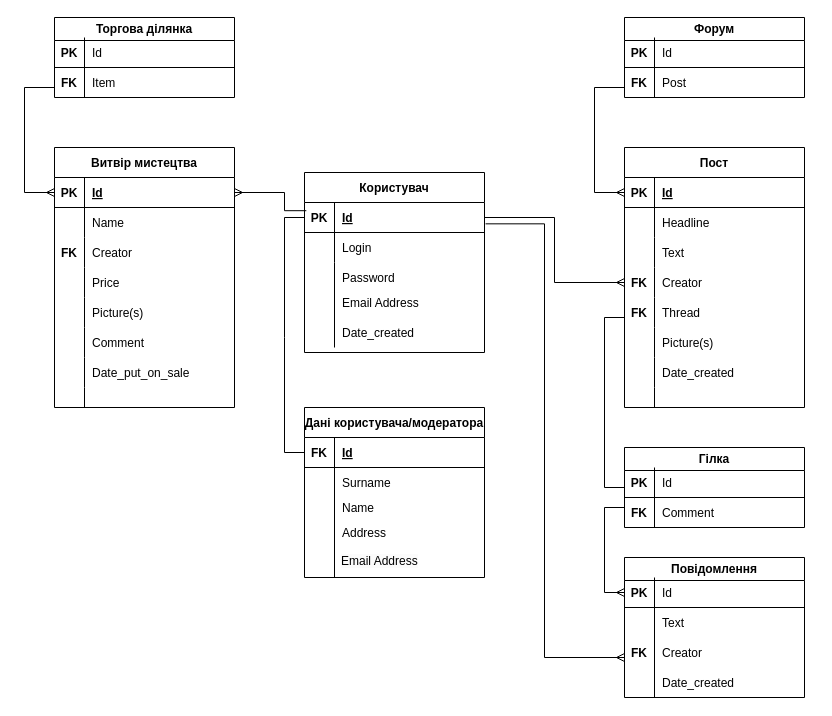
This is page "Варіант (а)" (1 of 3) of 2-SoftwareDesign/2.3-DataModel/RelDB.drawio from oleksandrblazhko/ai-212-yaroshuk, a draw.io file, before an edit. Source tidied: cells renumbered, new cells numbered last; positions are measured from the earlier drawing's top-left corner, leaving out a move shared by most shapes. Both pictures are drawn from the tidied source at 100%, with x=0, y=0 at pixel (24, 17).
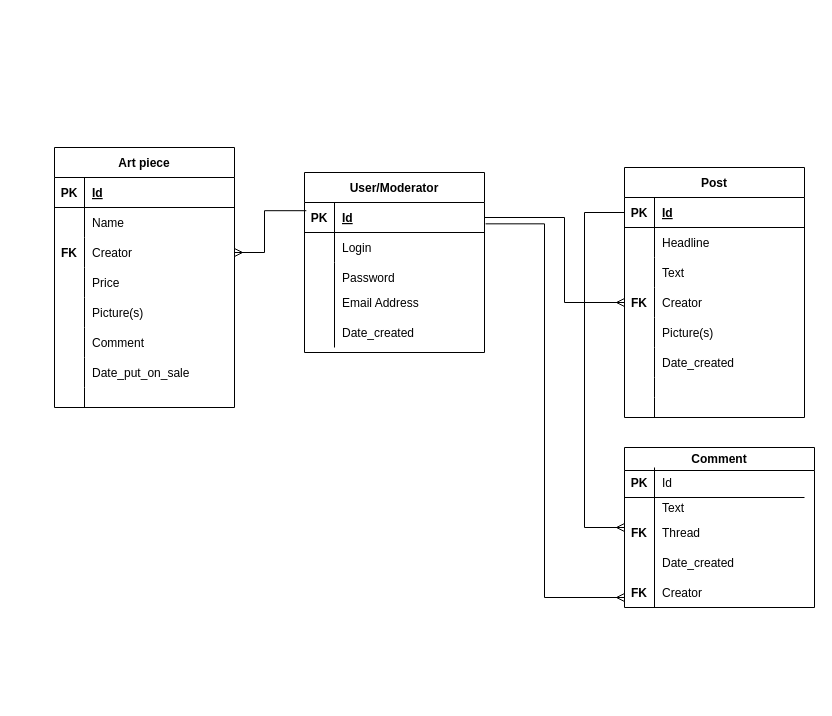
Above is the later version.

The change refers to these unchanged cells:
```xml
<mxCell id="3" style="shape=partialRectangle;fillColor=none;top=0;left=0;bottom=1;right=0;points=[[0,0.5],[1,0.5]];portConstraint=eastwest;" parent="2" vertex="1">
  <mxGeometry y="30" width="180" height="30" as="geometry" />
</mxCell>
<mxCell id="20" style="shape=partialRectangle;fillColor=none;top=0;left=0;bottom=1;right=0;points=[[0,0.5],[1,0.5]];portConstraint=eastwest;" parent="19" vertex="1">
  <mxGeometry y="30" width="180" height="30" as="geometry" />
</mxCell>
<mxCell id="29" style="shape=partialRectangle;fillColor=none;top=0;left=0;bottom=0;right=0;points=[[0,0.5],[1,0.5]];portConstraint=eastwest;" parent="19" vertex="1">
  <mxGeometry y="120" width="180" height="30" as="geometry" />
</mxCell>
<mxCell id="32" style="shape=partialRectangle;fillColor=none;top=0;left=0;bottom=0;right=0;" parent="19" vertex="1">
  <mxGeometry y="150" width="180" height="30" as="geometry" />
</mxCell>
<mxCell id="35" style="shape=partialRectangle;fillColor=none;top=0;left=0;bottom=0;right=0;" parent="19" vertex="1">
  <mxGeometry y="180" width="180" height="30" as="geometry" />
</mxCell>
<mxCell id="82" style="shape=partialRectangle;fillColor=none;top=0;left=0;bottom=1;right=0;points=[[0,0.5],[1,0.5]];portConstraint=eastwest;" parent="81" vertex="1">
  <mxGeometry y="30" width="180" height="30" as="geometry" />
</mxCell>
<mxCell id="88" style="shape=partialRectangle;fillColor=none;top=0;left=0;bottom=0;right=0;points=[[0,0.5],[1,0.5]];portConstraint=eastwest;" parent="81" vertex="1">
  <mxGeometry y="90" width="180" height="30" as="geometry" />
</mxCell>
```

Diff of the diagram source:
```diff
@@
-    <mxCell id="2" value="Користувач" style="shape=table;startSize=30;childLayout=tableLayout;rowLines=0;fontStyle=1;align=center;" parent="1" vertex="1">
+    <mxCell id="2" value="User/Moderator" style="shape=table;startSize=30;childLayout=tableLayout;rowLines=0;fontStyle=1;align=center;" parent="1" vertex="1">
       <mxGeometry x="280" y="155" width="180" height="180" as="geometry" />
     </mxCell>
@@
-    <mxCell id="12" value="Дані користувача/модератора" style="shape=table;startSize=30;childLayout=tableLayout;rowLines=0;fontStyle=1;align=center;" parent="1" vertex="1">
-      <mxGeometry x="280" y="390" width="180" height="170" as="geometry" />
-    </mxCell>
-    <mxCell id="13" style="shape=partialRectangle;fillColor=none;top=0;left=0;bottom=1;right=0;points=[[0,0.5],[1,0.5]];portConstraint=eastwest;" parent="12" vertex="1">
-      <mxGeometry y="30" width="180" height="30" as="geometry" />
-    </mxCell>
-    <mxCell id="14" value="FK" style="shape=partialRectangle;fillColor=none;top=0;left=0;bottom=0;right=0;fontStyle=1;overflow=hidden;" parent="13" vertex="1">
-      <mxGeometry width="30" height="30" as="geometry" />
-    </mxCell>
-    <mxCell id="15" value="Id" style="shape=partialRectangle;fillColor=none;top=0;left=0;bottom=0;right=0;align=left;spacingLeft=6;fontStyle=5;overflow=hidden;" parent="13" vertex="1">
-      <mxGeometry x="30" width="150" height="30" as="geometry" />
-    </mxCell>
-    <mxCell id="16" style="shape=partialRectangle;fillColor=none;top=0;left=0;bottom=0;right=0;" parent="12" vertex="1">
-      <mxGeometry y="60" width="180" height="80" as="geometry" />
-    </mxCell>
-    <mxCell id="17" style="shape=partialRectangle;fillColor=none;top=0;left=0;bottom=0;right=0;overflow=hidden;" parent="16" vertex="1">
-      <mxGeometry width="30" height="80" as="geometry" />
-    </mxCell>
-    <mxCell id="18" value="Name" style="shape=partialRectangle;fillColor=none;top=0;left=0;bottom=0;right=0;align=left;spacingLeft=6;overflow=hidden;" parent="16" vertex="1">
-      <mxGeometry x="30" width="150" height="80" as="geometry" />
-    </mxCell>
-    <mxCell id="19" value="Пост" style="shape=table;startSize=30;childLayout=tableLayout;rowLines=0;fontStyle=1;align=center;" parent="1" vertex="1">
-      <mxGeometry x="600" y="130" width="180" height="260" as="geometry" />
+    <mxCell id="19" value="Post" style="shape=table;startSize=30;childLayout=tableLayout;rowLines=0;fontStyle=1;align=center;" parent="1" vertex="1">
+      <mxGeometry x="600" y="150" width="180" height="250" as="geometry" />
     </mxCell>
@@
-    <mxCell id="34" value="Thread" style="shape=partialRectangle;fillColor=none;top=0;left=0;bottom=0;right=0;align=left;spacingLeft=6;overflow=hidden;" parent="32" vertex="1">
+    <mxCell id="34" value="Picture(s)" style="shape=partialRectangle;fillColor=none;top=0;left=0;bottom=0;right=0;align=left;spacingLeft=6;overflow=hidden;" parent="32" vertex="1">
       <mxGeometry x="30" width="150" height="30" as="geometry" />
     </mxCell>
@@
-    <mxCell id="37" value="Picture(s)" style="shape=partialRectangle;fillColor=none;top=0;left=0;bottom=0;right=0;align=left;spacingLeft=6;overflow=hidden;" parent="35" vertex="1">
+    <mxCell id="37" value="Date_created" style="shape=partialRectangle;fillColor=none;top=0;left=0;bottom=0;right=0;align=left;spacingLeft=6;overflow=hidden;" parent="35" vertex="1">
       <mxGeometry x="30" width="150" height="30" as="geometry" />
     </mxCell>
     <mxCell id="38" style="shape=partialRectangle;fillColor=none;top=0;left=0;bottom=0;right=0;" parent="19" vertex="1">
-      <mxGeometry y="210" width="180" height="30" as="geometry" />
+      <mxGeometry y="210" width="180" height="20" as="geometry" />
     </mxCell>
     <mxCell id="39" style="shape=partialRectangle;fillColor=none;top=0;left=0;bottom=0;right=0;overflow=hidden;fontStyle=1;" parent="38" vertex="1">
-      <mxGeometry width="30" height="30" as="geometry" />
+      <mxGeometry width="30" height="20" as="geometry" />
     </mxCell>
-    <mxCell id="40" value="Date_created" style="shape=partialRectangle;fillColor=none;top=0;left=0;bottom=0;right=0;align=left;spacingLeft=6;overflow=hidden;" parent="38" vertex="1">
-      <mxGeometry x="30" width="150" height="30" as="geometry" />
+    <mxCell id="40" style="shape=partialRectangle;fillColor=none;top=0;left=0;bottom=0;right=0;align=left;spacingLeft=6;overflow=hidden;" parent="38" vertex="1">
+      <mxGeometry x="30" width="150" height="20" as="geometry" />
     </mxCell>
     <mxCell id="41" style="shape=partialRectangle;fillColor=none;top=0;left=0;bottom=0;right=0;" parent="19" vertex="1">
-      <mxGeometry y="240" width="180" height="20" as="geometry" />
+      <mxGeometry y="230" width="180" height="20" as="geometry" />
     </mxCell>
@@
     <mxCell id="44" style="edgeStyle=elbowEdgeStyle;fontSize=12;html=1;endArrow=ERmany;rounded=0;exitX=1;exitY=0.5;exitDx=0;exitDy=0;" parent="1" edge="1" source="3" target="29">
-      <mxGeometry relative="1" as="geometry" />
+      <mxGeometry relative="1" as="geometry">
+        <Array as="points">
+          <mxPoint x="540" y="240" />
+        </Array>
+      </mxGeometry>
     </mxCell>
-    <mxCell id="45" value="Surname" style="shape=partialRectangle;fillColor=none;top=0;left=0;bottom=0;right=0;align=left;spacingLeft=6;overflow=hidden;" parent="1" vertex="1">
-      <mxGeometry x="310" y="450" width="150" height="30" as="geometry" />
-    </mxCell>
-    <mxCell id="46" value="Address" style="shape=partialRectangle;fillColor=none;top=0;left=0;bottom=0;right=0;align=left;spacingLeft=6;overflow=hidden;" parent="1" vertex="1">
-      <mxGeometry x="310" y="500" width="150" height="30" as="geometry" />
-    </mxCell>
-    <mxCell id="47" value="&lt;span style=&quot;color: rgb(0, 0, 0); font-family: Helvetica; font-size: 12px; font-style: normal; font-variant-ligatures: normal; font-variant-caps: normal; font-weight: 400; letter-spacing: normal; orphans: 2; text-align: left; text-indent: 0px; text-transform: none; widows: 2; word-spacing: 0px; -webkit-text-stroke-width: 0px; background-color: rgb(251, 251, 251); text-decoration-thickness: initial; text-decoration-style: initial; text-decoration-color: initial; float: none; display: inline !important;&quot;&gt;Email Address&lt;/span&gt;" style="text;whiteSpace=wrap;html=1;" parent="1" vertex="1">
-      <mxGeometry x="315" y="530" width="110" height="40" as="geometry" />
-    </mxCell>
@@
-    <mxCell id="51" style="endArrow=none;html=1;rounded=0;" parent="1" edge="1">
-      <mxGeometry relative="1" as="geometry">
-        <mxPoint x="310" y="560" as="sourcePoint" />
-        <mxPoint x="310" y="480" as="targetPoint" />
-      </mxGeometry>
-    </mxCell>
-    <mxCell id="52" value="FK" style="shape=partialRectangle;fillColor=none;top=0;left=0;bottom=0;right=0;overflow=hidden;fontStyle=1;" parent="1" vertex="1">
-      <mxGeometry x="600" y="280" width="30" height="30" as="geometry" />
-    </mxCell>
-    <mxCell id="53" value="Форум" style="swimlane;whiteSpace=wrap;html=1;" parent="1" vertex="1">
-      <mxGeometry x="600" width="180" height="80" as="geometry" />
-    </mxCell>
-    <mxCell id="54" value="Id" style="shape=partialRectangle;fillColor=none;top=0;left=0;bottom=0;right=0;align=left;spacingLeft=6;overflow=hidden;" parent="53" vertex="1">
-      <mxGeometry x="30" y="20" width="150" height="30" as="geometry" />
-    </mxCell>
-    <mxCell id="55" style="endArrow=none;html=1;rounded=0;" parent="53" edge="1">
-      <mxGeometry relative="1" as="geometry">
-        <mxPoint x="30" y="80" as="sourcePoint" />
-        <mxPoint x="30" y="20" as="targetPoint" />
-      </mxGeometry>
-    </mxCell>
-    <mxCell id="56" value="Post" style="shape=partialRectangle;fillColor=none;top=0;left=0;bottom=0;right=0;align=left;spacingLeft=6;overflow=hidden;" parent="53" vertex="1">
-      <mxGeometry x="30" y="50" width="150" height="30" as="geometry" />
-    </mxCell>
-    <mxCell id="57" value="PK" style="shape=partialRectangle;fillColor=none;top=0;left=0;bottom=0;right=0;fontStyle=1;overflow=hidden;" parent="53" vertex="1">
-      <mxGeometry y="20" width="30" height="30" as="geometry" />
-    </mxCell>
-    <mxCell id="58" value="FK" style="shape=partialRectangle;fillColor=none;top=0;left=0;bottom=0;right=0;overflow=hidden;fontStyle=1;" parent="53" vertex="1">
-      <mxGeometry y="50" width="30" height="30" as="geometry" />
-    </mxCell>
-    <mxCell id="59" style="endArrow=none;html=1;rounded=0;" parent="1" edge="1">
-      <mxGeometry relative="1" as="geometry">
-        <mxPoint x="600" y="50" as="sourcePoint" />
-        <mxPoint x="780" y="50" as="targetPoint" />
-      </mxGeometry>
-    </mxCell>
-    <mxCell id="60" style="edgeStyle=elbowEdgeStyle;fontSize=12;html=1;endArrow=ERmany;rounded=0;entryX=0;entryY=0.5;entryDx=0;entryDy=0;" parent="1" edge="1" target="20">
-      <mxGeometry relative="1" as="geometry">
-        <mxPoint x="600" y="70" as="sourcePoint" />
-        <Array as="points">
-          <mxPoint x="570" y="120" />
-        </Array>
-      </mxGeometry>
-    </mxCell>
-    <mxCell id="61" value="Гілка" style="swimlane;whiteSpace=wrap;html=1;" parent="1" vertex="1">
-      <mxGeometry x="600" y="430" width="180" height="80" as="geometry" />
-    </mxCell>
-    <mxCell id="62" value="Id" style="shape=partialRectangle;fillColor=none;top=0;left=0;bottom=0;right=0;align=left;spacingLeft=6;overflow=hidden;" parent="61" vertex="1">
-      <mxGeometry x="30" y="20" width="150" height="30" as="geometry" />
-    </mxCell>
-    <mxCell id="63" style="endArrow=none;html=1;rounded=0;" parent="61" edge="1">
-      <mxGeometry relative="1" as="geometry">
-        <mxPoint x="30" y="80" as="sourcePoint" />
-        <mxPoint x="30" y="20" as="targetPoint" />
-      </mxGeometry>
-    </mxCell>
-    <mxCell id="64" value="Comment" style="shape=partialRectangle;fillColor=none;top=0;left=0;bottom=0;right=0;align=left;spacingLeft=6;overflow=hidden;" parent="61" vertex="1">
-      <mxGeometry x="30" y="50" width="150" height="30" as="geometry" />
-    </mxCell>
-    <mxCell id="65" value="PK" style="shape=partialRectangle;fillColor=none;top=0;left=0;bottom=0;right=0;fontStyle=1;overflow=hidden;" parent="61" vertex="1">
-      <mxGeometry y="20" width="30" height="30" as="geometry" />
-    </mxCell>
-    <mxCell id="66" value="FK" style="shape=partialRectangle;fillColor=none;top=0;left=0;bottom=0;right=0;overflow=hidden;fontStyle=1;" parent="61" vertex="1">
-      <mxGeometry y="50" width="30" height="30" as="geometry" />
-    </mxCell>
-    <mxCell id="67" style="endArrow=none;html=1;rounded=0;" parent="1" edge="1">
-      <mxGeometry relative="1" as="geometry">
-        <mxPoint x="600" y="480" as="sourcePoint" />
-        <mxPoint x="780" y="480" as="targetPoint" />
-      </mxGeometry>
-    </mxCell>
-    <mxCell id="68" style="endArrow=none;html=1;rounded=0;exitX=0;exitY=0.5;exitDx=0;exitDy=0;entryX=0;entryY=0.5;entryDx=0;entryDy=0;" parent="1" edge="1" source="13" target="3">
-      <mxGeometry relative="1" as="geometry">
-        <Array as="points">
-          <mxPoint x="260" y="435" />
-          <mxPoint x="260" y="320" />
-          <mxPoint x="260" y="200" />
-        </Array>
-      </mxGeometry>
-    </mxCell>
-    <mxCell id="69" style="endArrow=none;html=1;rounded=0;exitX=0;exitY=0.5;exitDx=0;exitDy=0;" parent="1" edge="1" source="61">
-      <mxGeometry relative="1" as="geometry">
-        <mxPoint x="600" y="300" as="targetPoint" />
-        <Array as="points">
-          <mxPoint x="580" y="470" />
-          <mxPoint x="580" y="300" />
-        </Array>
-      </mxGeometry>
-    </mxCell>
-    <mxCell id="70" value="Повідомлення" style="swimlane;whiteSpace=wrap;html=1;" parent="1" vertex="1">
-      <mxGeometry x="600" y="540" width="180" height="140" as="geometry" />
+    <mxCell id="70" value="Comment" style="swimlane;whiteSpace=wrap;html=1;" parent="1" vertex="1">
+      <mxGeometry x="600" y="430" width="190" height="160" as="geometry" />
     </mxCell>
@@
     <mxCell id="72" style="endArrow=none;html=1;rounded=0;" parent="70" edge="1">
       <mxGeometry relative="1" as="geometry">
-        <mxPoint x="30" y="140" as="sourcePoint" />
+        <mxPoint x="30" y="160" as="sourcePoint" />
         <mxPoint x="30" y="20" as="targetPoint" />
       </mxGeometry>
     </mxCell>
     <mxCell id="73" value="Text" style="shape=partialRectangle;fillColor=none;top=0;left=0;bottom=0;right=0;align=left;spacingLeft=6;overflow=hidden;" parent="70" vertex="1">
-      <mxGeometry x="30" y="50" width="150" height="30" as="geometry" />
+      <mxGeometry x="30" y="50" width="150" height="20" as="geometry" />
     </mxCell>
@@
     <mxCell id="75" value="FK" style="shape=partialRectangle;fillColor=none;top=0;left=0;bottom=0;right=0;overflow=hidden;fontStyle=1;" parent="70" vertex="1">
-      <mxGeometry y="80" width="30" height="30" as="geometry" />
+      <mxGeometry y="70" width="30" height="30" as="geometry" />
     </mxCell>
+    <mxCell id="78" value="Date_created" style="shape=partialRectangle;fillColor=none;top=0;left=0;bottom=0;right=0;align=left;spacingLeft=6;overflow=hidden;" parent="70" vertex="1">
+      <mxGeometry x="30" y="100" width="150" height="30" as="geometry" />
+    </mxCell>
+    <mxCell id="116" value="FK" style="shape=partialRectangle;fillColor=none;top=0;left=0;bottom=0;right=0;overflow=hidden;fontStyle=1;" parent="70" vertex="1">
+      <mxGeometry y="130" width="30" height="30" as="geometry" />
+    </mxCell>
+    <mxCell id="117" value="Thread" style="shape=partialRectangle;fillColor=none;top=0;left=0;bottom=0;right=0;align=left;spacingLeft=6;overflow=hidden;" parent="70" vertex="1">
+      <mxGeometry x="30" y="70" width="150" height="30" as="geometry" />
+    </mxCell>
+    <mxCell id="77" value="Creator" style="shape=partialRectangle;fillColor=none;top=0;left=0;bottom=0;right=0;align=left;spacingLeft=6;overflow=hidden;" parent="70" vertex="1">
+      <mxGeometry x="30" y="130" width="150" height="30" as="geometry" />
+    </mxCell>
     <mxCell id="76" style="endArrow=none;html=1;rounded=0;" parent="1" edge="1">
       <mxGeometry relative="1" as="geometry">
-        <mxPoint x="600" y="590" as="sourcePoint" />
-        <mxPoint x="780" y="590" as="targetPoint" />
+        <mxPoint x="600" y="480" as="sourcePoint" />
+        <mxPoint x="780" y="480" as="targetPoint" />
       </mxGeometry>
     </mxCell>
-    <mxCell id="77" value="Creator" style="shape=partialRectangle;fillColor=none;top=0;left=0;bottom=0;right=0;align=left;spacingLeft=6;overflow=hidden;" parent="1" vertex="1">
-      <mxGeometry x="630" y="620" width="150" height="30" as="geometry" />
-    </mxCell>
-    <mxCell id="78" value="Date_created" style="shape=partialRectangle;fillColor=none;top=0;left=0;bottom=0;right=0;align=left;spacingLeft=6;overflow=hidden;" parent="1" vertex="1">
-      <mxGeometry x="630" y="650" width="150" height="30" as="geometry" />
-    </mxCell>
-    <mxCell id="79" style="edgeStyle=elbowEdgeStyle;fontSize=12;html=1;endArrow=ERmany;rounded=0;exitX=0;exitY=0.75;exitDx=0;exitDy=0;entryX=0;entryY=0.25;entryDx=0;entryDy=0;" parent="1" edge="1" source="61" target="70">
+    <mxCell id="79" style="edgeStyle=elbowEdgeStyle;fontSize=12;html=1;endArrow=ERmany;rounded=0;exitX=0;exitY=0.5;exitDx=0;exitDy=0;entryX=0;entryY=0.5;entryDx=0;entryDy=0;" parent="1" edge="1" source="20" target="70">
       <mxGeometry relative="1" as="geometry">
         <Array as="points">
-          <mxPoint x="580" y="540" />
+          <mxPoint x="560" y="350" />
         </Array>
       </mxGeometry>
     </mxCell>
     <mxCell id="80" style="edgeStyle=elbowEdgeStyle;fontSize=12;html=1;endArrow=ERmany;rounded=0;exitX=1.006;exitY=0.711;exitDx=0;exitDy=0;exitPerimeter=0;" parent="1" edge="1" source="3">
       <mxGeometry relative="1" as="geometry">
-        <mxPoint x="600" y="640" as="targetPoint" />
+        <mxPoint x="600" y="580" as="targetPoint" />
         <Array as="points">
           <mxPoint x="520" y="430" />
         </Array>
       </mxGeometry>
     </mxCell>
-    <mxCell id="81" value="Витвір мистецтва" style="shape=table;startSize=30;childLayout=tableLayout;rowLines=0;fontStyle=1;align=center;" parent="1" vertex="1">
+    <mxCell id="81" value="Art piece" style="shape=table;startSize=30;childLayout=tableLayout;rowLines=0;fontStyle=1;align=center;" parent="1" vertex="1">
       <mxGeometry x="30" y="130" width="180" height="260" as="geometry" />
     </mxCell>
@@
-    <mxCell id="107" value="Торгова ділянка" style="swimlane;whiteSpace=wrap;html=1;" parent="1" vertex="1">
-      <mxGeometry x="30" width="180" height="80" as="geometry" />
-    </mxCell>
-    <mxCell id="108" value="Id" style="shape=partialRectangle;fillColor=none;top=0;left=0;bottom=0;right=0;align=left;spacingLeft=6;overflow=hidden;" parent="107" vertex="1">
-      <mxGeometry x="30" y="20" width="150" height="30" as="geometry" />
-    </mxCell>
-    <mxCell id="109" style="endArrow=none;html=1;rounded=0;" parent="107" edge="1">
-      <mxGeometry relative="1" as="geometry">
-        <mxPoint x="30" y="80" as="sourcePoint" />
-        <mxPoint x="30" y="20" as="targetPoint" />
-      </mxGeometry>
-    </mxCell>
-    <mxCell id="110" value="Item" style="shape=partialRectangle;fillColor=none;top=0;left=0;bottom=0;right=0;align=left;spacingLeft=6;overflow=hidden;" parent="107" vertex="1">
-      <mxGeometry x="30" y="50" width="150" height="30" as="geometry" />
-    </mxCell>
-    <mxCell id="111" value="PK" style="shape=partialRectangle;fillColor=none;top=0;left=0;bottom=0;right=0;fontStyle=1;overflow=hidden;" parent="107" vertex="1">
-      <mxGeometry y="20" width="30" height="30" as="geometry" />
-    </mxCell>
-    <mxCell id="112" value="FK" style="shape=partialRectangle;fillColor=none;top=0;left=0;bottom=0;right=0;overflow=hidden;fontStyle=1;" parent="107" vertex="1">
-      <mxGeometry y="50" width="30" height="30" as="geometry" />
-    </mxCell>
-    <mxCell id="113" style="endArrow=none;html=1;rounded=0;" parent="1" edge="1">
-      <mxGeometry relative="1" as="geometry">
-        <mxPoint x="30" y="50" as="sourcePoint" />
-        <mxPoint x="210" y="50" as="targetPoint" />
-      </mxGeometry>
-    </mxCell>
-    <mxCell id="114" style="edgeStyle=elbowEdgeStyle;fontSize=12;html=1;endArrow=ERmany;rounded=0;entryX=0;entryY=0.5;entryDx=0;entryDy=0;" parent="1" edge="1" target="82">
-      <mxGeometry relative="1" as="geometry">
-        <mxPoint x="30" y="70" as="sourcePoint" />
-        <Array as="points">
-          <mxPoint y="120" />
-        </Array>
-      </mxGeometry>
-    </mxCell>
-    <mxCell id="115" style="edgeStyle=elbowEdgeStyle;fontSize=12;html=1;endArrow=ERmany;rounded=0;entryX=1;entryY=0.5;entryDx=0;entryDy=0;exitX=0.01;exitY=0.273;exitDx=0;exitDy=0;exitPerimeter=0;" parent="1" edge="1" source="3" target="82">
+    <mxCell id="115" style="edgeStyle=elbowEdgeStyle;fontSize=12;html=1;endArrow=ERmany;rounded=0;entryX=1;entryY=0.5;entryDx=0;entryDy=0;exitX=0.01;exitY=0.273;exitDx=0;exitDy=0;exitPerimeter=0;" parent="1" edge="1" source="3" target="88">
       <mxGeometry relative="1" as="geometry">
         <Array as="points">
-          <mxPoint x="260" y="180" />
+          <mxPoint x="240" y="220" />
         </Array>
       </mxGeometry>
     </mxCell>
```
